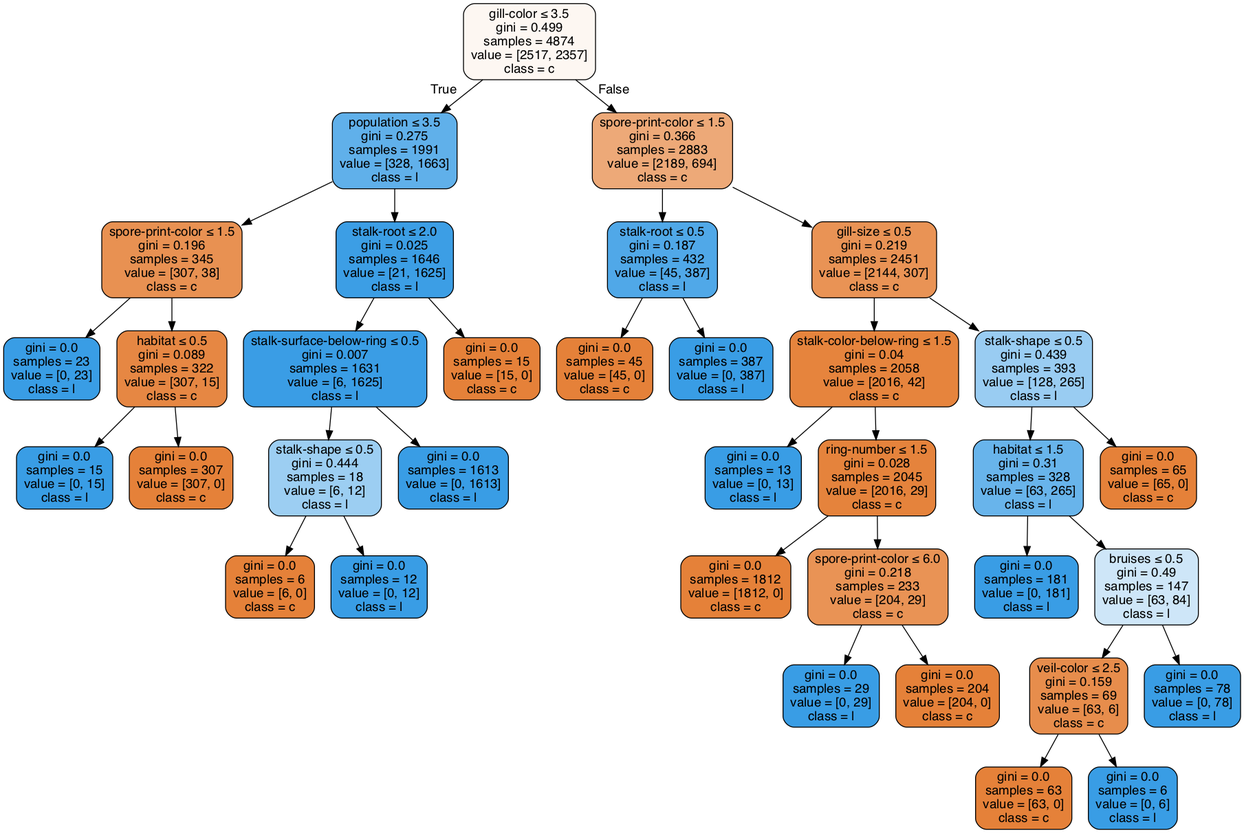
This is Lab02/clf-60-40.gv.png from anhle199/Intro2AI-HCMUS, a Graphviz export, as it was before one commit. Its source is kept beside it as Lab02/clf-60-40.gv.
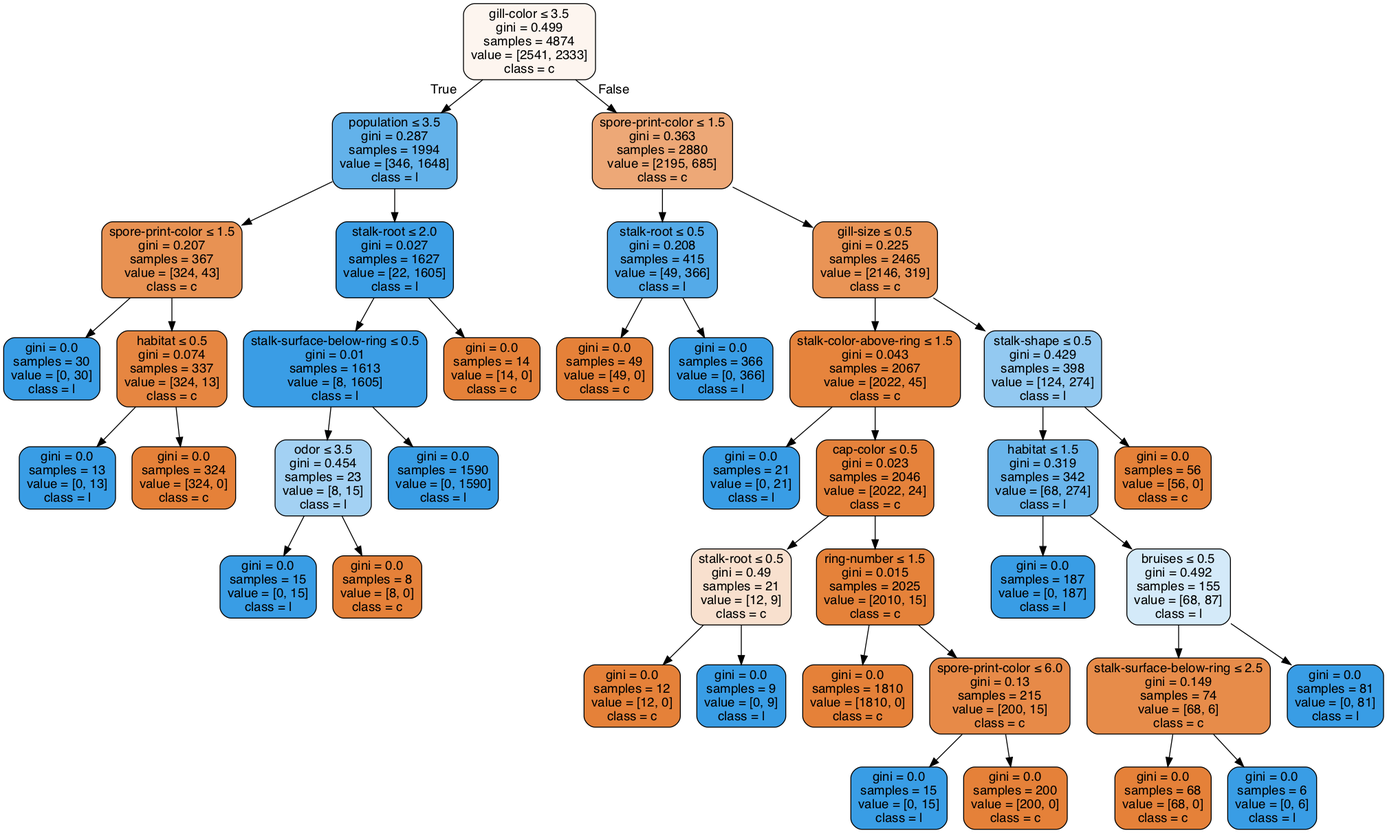
After the change.

What changed in the source:
```diff
@@ -1,73 +1,81 @@
 digraph Tree {
 node [shape=box, style="filled, rounded", color="black", fontname=helvetica] ;
 edge [fontname=helvetica] ;
-0 [label=<gill-color &le; 3.5<br/>gini = 0.499<br/>samples = 4874<br/>value = [2517, 2357]<br/>class = c>, fillcolor="#fdf7f2"] ;
-1 [label=<population &le; 3.5<br/>gini = 0.275<br/>samples = 1991<br/>value = [328, 1663]<br/>class = l>, fillcolor="#60b0ea"] ;
+0 [label=<gill-color &le; 3.5<br/>gini = 0.499<br/>samples = 4874<br/>value = [2541, 2333]<br/>class = c>, fillcolor="#fdf5ef"] ;
+1 [label=<population &le; 3.5<br/>gini = 0.287<br/>samples = 1994<br/>value = [346, 1648]<br/>class = l>, fillcolor="#63b2ea"] ;
 0 -> 1 [labeldistance=2.5, labelangle=45, headlabel="True"] ;
-2 [label=<spore-print-color &le; 1.5<br/>gini = 0.196<br/>samples = 345<br/>value = [307, 38]<br/>class = c>, fillcolor="#e89152"] ;
+2 [label=<spore-print-color &le; 1.5<br/>gini = 0.207<br/>samples = 367<br/>value = [324, 43]<br/>class = c>, fillcolor="#e89253"] ;
 1 -> 2 ;
-3 [label=<gini = 0.0<br/>samples = 23<br/>value = [0, 23]<br/>class = l>, fillcolor="#399de5"] ;
+3 [label=<gini = 0.0<br/>samples = 30<br/>value = [0, 30]<br/>class = l>, fillcolor="#399de5"] ;
 2 -> 3 ;
-4 [label=<habitat &le; 0.5<br/>gini = 0.089<br/>samples = 322<br/>value = [307, 15]<br/>class = c>, fillcolor="#e68743"] ;
+4 [label=<habitat &le; 0.5<br/>gini = 0.074<br/>samples = 337<br/>value = [324, 13]<br/>class = c>, fillcolor="#e68641"] ;
 2 -> 4 ;
-5 [label=<gini = 0.0<br/>samples = 15<br/>value = [0, 15]<br/>class = l>, fillcolor="#399de5"] ;
+5 [label=<gini = 0.0<br/>samples = 13<br/>value = [0, 13]<br/>class = l>, fillcolor="#399de5"] ;
 4 -> 5 ;
-6 [label=<gini = 0.0<br/>samples = 307<br/>value = [307, 0]<br/>class = c>, fillcolor="#e58139"] ;
+6 [label=<gini = 0.0<br/>samples = 324<br/>value = [324, 0]<br/>class = c>, fillcolor="#e58139"] ;
 4 -> 6 ;
-7 [label=<stalk-root &le; 2.0<br/>gini = 0.025<br/>samples = 1646<br/>value = [21, 1625]<br/>class = l>, fillcolor="#3c9ee5"] ;
+7 [label=<stalk-root &le; 2.0<br/>gini = 0.027<br/>samples = 1627<br/>value = [22, 1605]<br/>class = l>, fillcolor="#3c9ee5"] ;
 1 -> 7 ;
-8 [label=<stalk-surface-below-ring &le; 0.5<br/>gini = 0.007<br/>samples = 1631<br/>value = [6, 1625]<br/>class = l>, fillcolor="#3a9de5"] ;
+8 [label=<stalk-surface-below-ring &le; 0.5<br/>gini = 0.01<br/>samples = 1613<br/>value = [8, 1605]<br/>class = l>, fillcolor="#3a9de5"] ;
 7 -> 8 ;
-9 [label=<stalk-shape &le; 0.5<br/>gini = 0.444<br/>samples = 18<br/>value = [6, 12]<br/>class = l>, fillcolor="#9ccef2"] ;
+9 [label=<odor &le; 3.5<br/>gini = 0.454<br/>samples = 23<br/>value = [8, 15]<br/>class = l>, fillcolor="#a3d1f3"] ;
 8 -> 9 ;
-10 [label=<gini = 0.0<br/>samples = 6<br/>value = [6, 0]<br/>class = c>, fillcolor="#e58139"] ;
+10 [label=<gini = 0.0<br/>samples = 15<br/>value = [0, 15]<br/>class = l>, fillcolor="#399de5"] ;
 9 -> 10 ;
-11 [label=<gini = 0.0<br/>samples = 12<br/>value = [0, 12]<br/>class = l>, fillcolor="#399de5"] ;
+11 [label=<gini = 0.0<br/>samples = 8<br/>value = [8, 0]<br/>class = c>, fillcolor="#e58139"] ;
 9 -> 11 ;
-12 [label=<gini = 0.0<br/>samples = 1613<br/>value = [0, 1613]<br/>class = l>, fillcolor="#399de5"] ;
+12 [label=<gini = 0.0<br/>samples = 1590<br/>value = [0, 1590]<br/>class = l>, fillcolor="#399de5"] ;
 8 -> 12 ;
-13 [label=<gini = 0.0<br/>samples = 15<br/>value = [15, 0]<br/>class = c>, fillcolor="#e58139"] ;
+13 [label=<gini = 0.0<br/>samples = 14<br/>value = [14, 0]<br/>class = c>, fillcolor="#e58139"] ;
 7 -> 13 ;
-14 [label=<spore-print-color &le; 1.5<br/>gini = 0.366<br/>samples = 2883<br/>value = [2189, 694]<br/>class = c>, fillcolor="#eda978"] ;
+14 [label=<spore-print-color &le; 1.5<br/>gini = 0.363<br/>samples = 2880<br/>value = [2195, 685]<br/>class = c>, fillcolor="#eda877"] ;
 0 -> 14 [labeldistance=2.5, labelangle=-45, headlabel="False"] ;
-15 [label=<stalk-root &le; 0.5<br/>gini = 0.187<br/>samples = 432<br/>value = [45, 387]<br/>class = l>, fillcolor="#50a8e8"] ;
+15 [label=<stalk-root &le; 0.5<br/>gini = 0.208<br/>samples = 415<br/>value = [49, 366]<br/>class = l>, fillcolor="#54aae8"] ;
 14 -> 15 ;
-16 [label=<gini = 0.0<br/>samples = 45<br/>value = [45, 0]<br/>class = c>, fillcolor="#e58139"] ;
+16 [label=<gini = 0.0<br/>samples = 49<br/>value = [49, 0]<br/>class = c>, fillcolor="#e58139"] ;
 15 -> 16 ;
-17 [label=<gini = 0.0<br/>samples = 387<br/>value = [0, 387]<br/>class = l>, fillcolor="#399de5"] ;
+17 [label=<gini = 0.0<br/>samples = 366<br/>value = [0, 366]<br/>class = l>, fillcolor="#399de5"] ;
 15 -> 17 ;
-18 [label=<gill-size &le; 0.5<br/>gini = 0.219<br/>samples = 2451<br/>value = [2144, 307]<br/>class = c>, fillcolor="#e99355"] ;
+18 [label=<gill-size &le; 0.5<br/>gini = 0.225<br/>samples = 2465<br/>value = [2146, 319]<br/>class = c>, fillcolor="#e99456"] ;
 14 -> 18 ;
-19 [label=<stalk-color-below-ring &le; 1.5<br/>gini = 0.04<br/>samples = 2058<br/>value = [2016, 42]<br/>class = c>, fillcolor="#e6843d"] ;
+19 [label=<stalk-color-above-ring &le; 1.5<br/>gini = 0.043<br/>samples = 2067<br/>value = [2022, 45]<br/>class = c>, fillcolor="#e6843d"] ;
 18 -> 19 ;
-20 [label=<gini = 0.0<br/>samples = 13<br/>value = [0, 13]<br/>class = l>, fillcolor="#399de5"] ;
+20 [label=<gini = 0.0<br/>samples = 21<br/>value = [0, 21]<br/>class = l>, fillcolor="#399de5"] ;
 19 -> 20 ;
-21 [label=<ring-number &le; 1.5<br/>gini = 0.028<br/>samples = 2045<br/>value = [2016, 29]<br/>class = c>, fillcolor="#e5833c"] ;
+21 [label=<cap-color &le; 0.5<br/>gini = 0.023<br/>samples = 2046<br/>value = [2022, 24]<br/>class = c>, fillcolor="#e5823b"] ;
 19 -> 21 ;
-22 [label=<gini = 0.0<br/>samples = 1812<br/>value = [1812, 0]<br/>class = c>, fillcolor="#e58139"] ;
+22 [label=<stalk-root &le; 0.5<br/>gini = 0.49<br/>samples = 21<br/>value = [12, 9]<br/>class = c>, fillcolor="#f8e0ce"] ;
 21 -> 22 ;
-23 [label=<spore-print-color &le; 6.0<br/>gini = 0.218<br/>samples = 233<br/>value = [204, 29]<br/>class = c>, fillcolor="#e99355"] ;
-21 -> 23 ;
-24 [label=<gini = 0.0<br/>samples = 29<br/>value = [0, 29]<br/>class = l>, fillcolor="#399de5"] ;
-23 -> 24 ;
-25 [label=<gini = 0.0<br/>samples = 204<br/>value = [204, 0]<br/>class = c>, fillcolor="#e58139"] ;
-23 -> 25 ;
-26 [label=<stalk-shape &le; 0.5<br/>gini = 0.439<br/>samples = 393<br/>value = [128, 265]<br/>class = l>, fillcolor="#99ccf2"] ;
-18 -> 26 ;
-27 [label=<habitat &le; 1.5<br/>gini = 0.31<br/>samples = 328<br/>value = [63, 265]<br/>class = l>, fillcolor="#68b4eb"] ;
-26 -> 27 ;
-28 [label=<gini = 0.0<br/>samples = 181<br/>value = [0, 181]<br/>class = l>, fillcolor="#399de5"] ;
+23 [label=<gini = 0.0<br/>samples = 12<br/>value = [12, 0]<br/>class = c>, fillcolor="#e58139"] ;
+22 -> 23 ;
+24 [label=<gini = 0.0<br/>samples = 9<br/>value = [0, 9]<br/>class = l>, fillcolor="#399de5"] ;
+22 -> 24 ;
+25 [label=<ring-number &le; 1.5<br/>gini = 0.015<br/>samples = 2025<br/>value = [2010, 15]<br/>class = c>, fillcolor="#e5823a"] ;
+21 -> 25 ;
+26 [label=<gini = 0.0<br/>samples = 1810<br/>value = [1810, 0]<br/>class = c>, fillcolor="#e58139"] ;
+25 -> 26 ;
+27 [label=<spore-print-color &le; 6.0<br/>gini = 0.13<br/>samples = 215<br/>value = [200, 15]<br/>class = c>, fillcolor="#e78a48"] ;
+25 -> 27 ;
+28 [label=<gini = 0.0<br/>samples = 15<br/>value = [0, 15]<br/>class = l>, fillcolor="#399de5"] ;
 27 -> 28 ;
-29 [label=<bruises &le; 0.5<br/>gini = 0.49<br/>samples = 147<br/>value = [63, 84]<br/>class = l>, fillcolor="#cee6f8"] ;
+29 [label=<gini = 0.0<br/>samples = 200<br/>value = [200, 0]<br/>class = c>, fillcolor="#e58139"] ;
 27 -> 29 ;
-30 [label=<veil-color &le; 2.5<br/>gini = 0.159<br/>samples = 69<br/>value = [63, 6]<br/>class = c>, fillcolor="#e78d4c"] ;
-29 -> 30 ;
-31 [label=<gini = 0.0<br/>samples = 63<br/>value = [63, 0]<br/>class = c>, fillcolor="#e58139"] ;
+30 [label=<stalk-shape &le; 0.5<br/>gini = 0.429<br/>samples = 398<br/>value = [124, 274]<br/>class = l>, fillcolor="#93c9f1"] ;
+18 -> 30 ;
+31 [label=<habitat &le; 1.5<br/>gini = 0.319<br/>samples = 342<br/>value = [68, 274]<br/>class = l>, fillcolor="#6ab5eb"] ;
 30 -> 31 ;
-32 [label=<gini = 0.0<br/>samples = 6<br/>value = [0, 6]<br/>class = l>, fillcolor="#399de5"] ;
-30 -> 32 ;
-33 [label=<gini = 0.0<br/>samples = 78<br/>value = [0, 78]<br/>class = l>, fillcolor="#399de5"] ;
-29 -> 33 ;
-34 [label=<gini = 0.0<br/>samples = 65<br/>value = [65, 0]<br/>class = c>, fillcolor="#e58139"] ;
-26 -> 34 ;
+32 [label=<gini = 0.0<br/>samples = 187<br/>value = [0, 187]<br/>class = l>, fillcolor="#399de5"] ;
+31 -> 32 ;
+33 [label=<bruises &le; 0.5<br/>gini = 0.492<br/>samples = 155<br/>value = [68, 87]<br/>class = l>, fillcolor="#d4eaf9"] ;
+31 -> 33 ;
+34 [label=<stalk-surface-below-ring &le; 2.5<br/>gini = 0.149<br/>samples = 74<br/>value = [68, 6]<br/>class = c>, fillcolor="#e78c4a"] ;
+33 -> 34 ;
+35 [label=<gini = 0.0<br/>samples = 68<br/>value = [68, 0]<br/>class = c>, fillcolor="#e58139"] ;
+34 -> 35 ;
+36 [label=<gini = 0.0<br/>samples = 6<br/>value = [0, 6]<br/>class = l>, fillcolor="#399de5"] ;
+34 -> 36 ;
+37 [label=<gini = 0.0<br/>samples = 81<br/>value = [0, 81]<br/>class = l>, fillcolor="#399de5"] ;
+33 -> 37 ;
+38 [label=<gini = 0.0<br/>samples = 56<br/>value = [56, 0]<br/>class = c>, fillcolor="#e58139"] ;
+30 -> 38 ;
 }
```
